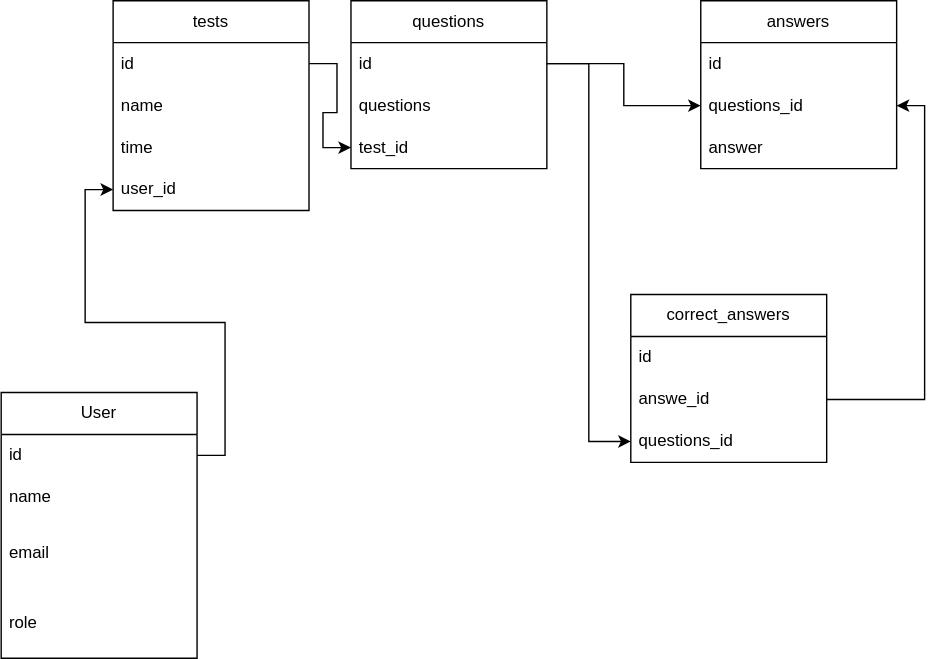
Above: backend/ralation.svg in anikievgr/Electronic_diary-course_project (draw.io), before the change. Source tidied: cells renumbered, new cells last; positions are measured from the earlier drawing's top-left corner, leaving out a move shared by most shapes.
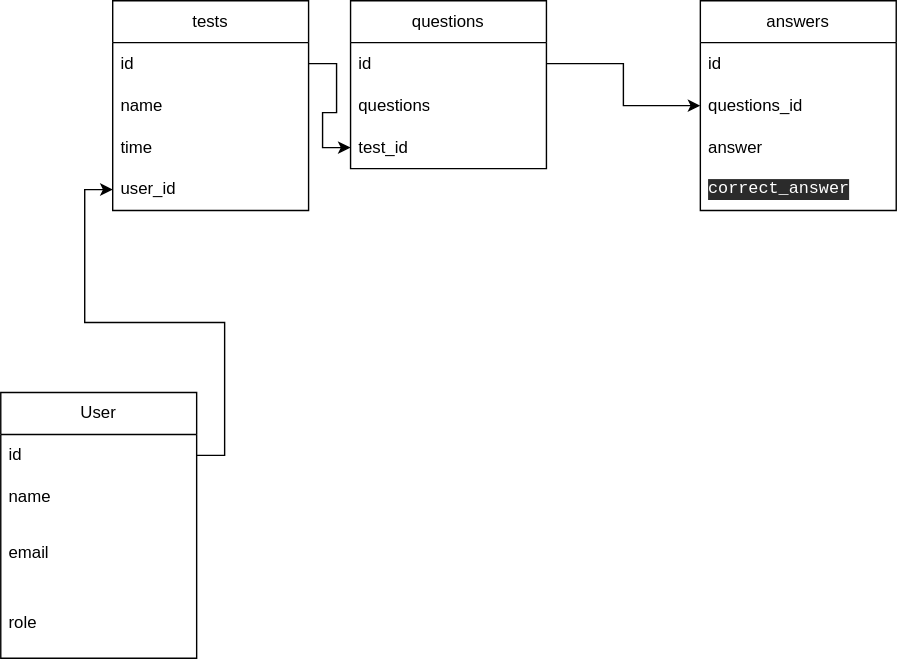
The same diagram one commit later.

Commit message:
изменл схему

Diff of the diagram source:
```diff
@@ -45,7 +45,7 @@
       <mxGeometry y="90" width="140" height="30" as="geometry" />
     </mxCell>
     <mxCell id="16" value="answers" style="swimlane;fontStyle=0;horizontal=1;startSize=30;whiteSpace=wrap;html=1;" parent="1" vertex="1">
-      <mxGeometry x="500" width="140" height="120" as="geometry" />
+      <mxGeometry x="500" width="140" height="150" as="geometry" />
     </mxCell>
     <mxCell id="17" value="id" style="text;strokeColor=none;fillColor=none;align=left;verticalAlign=middle;spacingLeft=4;spacingRight=4;overflow=hidden;whiteSpace=wrap;html=1;" parent="16" vertex="1">
       <mxGeometry y="30" width="140" height="30" as="geometry" />
@@ -56,32 +56,17 @@
     <mxCell id="19" value="answer" style="text;strokeColor=none;fillColor=none;align=left;verticalAlign=middle;spacingLeft=4;spacingRight=4;overflow=hidden;whiteSpace=wrap;html=1;" parent="16" vertex="1">
       <mxGeometry y="90" width="140" height="30" as="geometry" />
     </mxCell>
-    <mxCell id="20" value="&lt;span style=&quot;text-align: left;&quot;&gt;correct_answers&lt;/span&gt;" style="swimlane;fontStyle=0;horizontal=1;startSize=30;whiteSpace=wrap;html=1;" parent="1" vertex="1">
-      <mxGeometry x="450" y="210" width="140" height="120" as="geometry" />
-    </mxCell>
-    <mxCell id="21" value="id" style="text;strokeColor=none;fillColor=none;align=left;verticalAlign=middle;spacingLeft=4;spacingRight=4;overflow=hidden;whiteSpace=wrap;html=1;" parent="20" vertex="1">
-      <mxGeometry y="30" width="140" height="30" as="geometry" />
-    </mxCell>
-    <mxCell id="22" value="answe_id" style="text;strokeColor=none;fillColor=none;align=left;verticalAlign=middle;spacingLeft=4;spacingRight=4;overflow=hidden;points=[[0,0.5],[1,0.5]];portConstraint=eastwest;whiteSpace=wrap;html=1;" parent="20" vertex="1">
-      <mxGeometry y="60" width="140" height="30" as="geometry" />
-    </mxCell>
-    <mxCell id="23" value="&lt;span style=&quot;text-align: center;&quot;&gt;questions_id&lt;/span&gt;" style="text;strokeColor=none;fillColor=none;align=left;verticalAlign=middle;spacingLeft=4;spacingRight=4;overflow=hidden;points=[[0,0.5],[1,0.5]];portConstraint=eastwest;whiteSpace=wrap;html=1;" parent="20" vertex="1">
-      <mxGeometry y="90" width="140" height="30" as="geometry" />
-    </mxCell>
+    <mxCell id="28" value="&lt;div style=&quot;background-color: rgb(43, 43, 43); font-family: &amp;quot;JetBrains Mono&amp;quot;, monospace;&quot;&gt;&lt;font color=&quot;#ffffff&quot;&gt;correct_answer&lt;/font&gt;&lt;/div&gt;" style="text;strokeColor=none;fillColor=none;align=left;verticalAlign=middle;spacingLeft=4;spacingRight=4;overflow=hidden;whiteSpace=wrap;html=1;" parent="16" vertex="1">
+      <mxGeometry y="120" width="140" height="30" as="geometry" />
+    </mxCell>
     <mxCell id="24" style="edgeStyle=orthogonalEdgeStyle;rounded=0;jettySize=auto;html=1;exitX=1;exitY=0.5;exitDx=0;exitDy=0;entryX=0;entryY=0.5;entryDx=0;entryDy=0;" parent="1" edge="1" source="13" target="18">
       <mxGeometry relative="1" as="geometry" />
     </mxCell>
-    <mxCell id="25" style="edgeStyle=orthogonalEdgeStyle;rounded=0;jettySize=auto;html=1;exitX=1;exitY=0.5;exitDx=0;exitDy=0;entryX=0;entryY=0.5;entryDx=0;entryDy=0;" parent="1" edge="1" source="13" target="23">
-      <mxGeometry relative="1" as="geometry" />
-    </mxCell>
     <mxCell id="26" style="edgeStyle=orthogonalEdgeStyle;rounded=0;jettySize=auto;html=1;exitX=1;exitY=0.5;exitDx=0;exitDy=0;" parent="1" edge="1" source="8" target="15">
       <mxGeometry relative="1" as="geometry" />
     </mxCell>
     <mxCell id="27" style="edgeStyle=orthogonalEdgeStyle;rounded=0;jettySize=auto;html=1;exitX=1;exitY=0.5;exitDx=0;exitDy=0;entryX=0;entryY=0.5;entryDx=0;entryDy=0;" parent="1" edge="1" source="3" target="11">
       <mxGeometry relative="1" as="geometry" />
     </mxCell>
-    <mxCell id="28" style="edgeStyle=orthogonalEdgeStyle;rounded=0;jettySize=auto;html=1;exitX=1;exitY=0.5;exitDx=0;exitDy=0;entryX=1;entryY=0.5;entryDx=0;entryDy=0;" parent="1" edge="1" source="22" target="18">
-      <mxGeometry relative="1" as="geometry" />
-    </mxCell>
   </root>
 </mxGraphModel>
```
